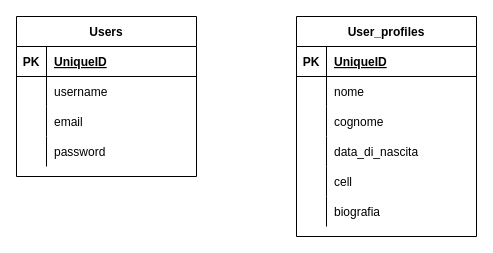
This is diagramma.drawio from Diegopetronaci/php-oop-2, a draw.io file, before an edit. Source tidied: cells renumbered, new cells numbered last; positions are measured from the earlier drawing's top-left corner, leaving out a move shared by most shapes. Both pictures are drawn from the tidied source at 100%, with x=0, y=0 at pixel (16, 16).
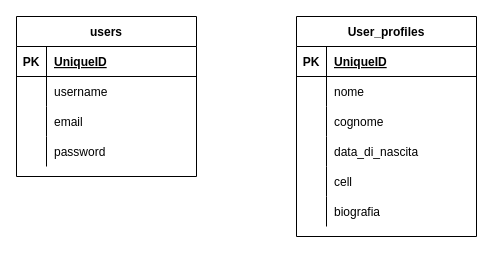
Above is the later version.

What changed in the source:
```diff
@@
-    <mxCell id="2" value="Users" style="shape=table;startSize=30;childLayout=tableLayout;rowLines=0;fontStyle=1;align=center;" parent="1" vertex="1">
+    <mxCell id="2" value="users" style="shape=table;startSize=30;childLayout=tableLayout;rowLines=0;fontStyle=1;align=center;" parent="1" vertex="1">
       <mxGeometry width="180" height="160" as="geometry" />
     </mxCell>
```
